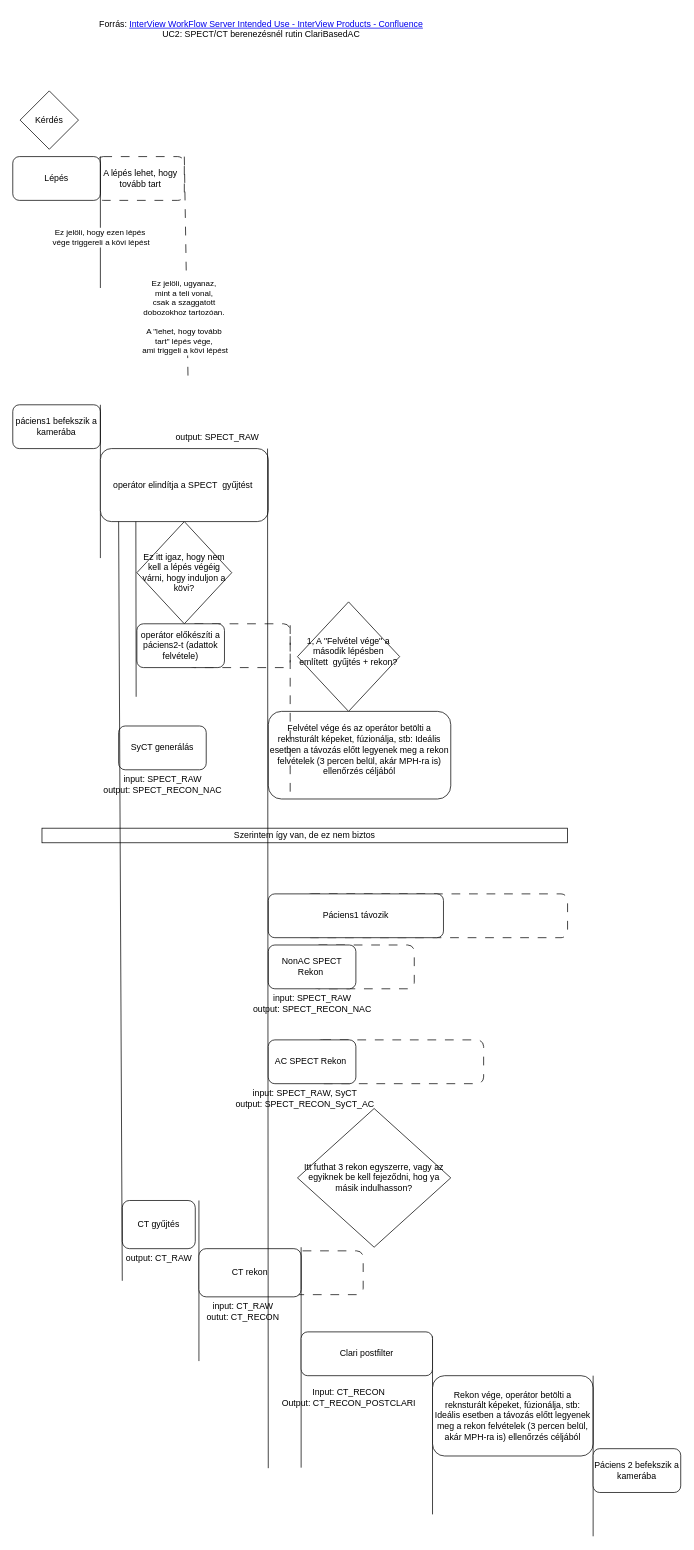
The draw.io diagram IV_Flow_diagram_UC3_SPECT_CT berenezésnél SyCT is készül.drawio in szvatai1985/drawio_files, before the edit. Source tidied: cells renumbered, new cells numbered last; positions are measured from the earlier drawing's top-left corner, leaving out a move shared by most shapes. Both pictures are drawn from the tidied source at 73%, with x=0, y=0 at pixel (12, 12).
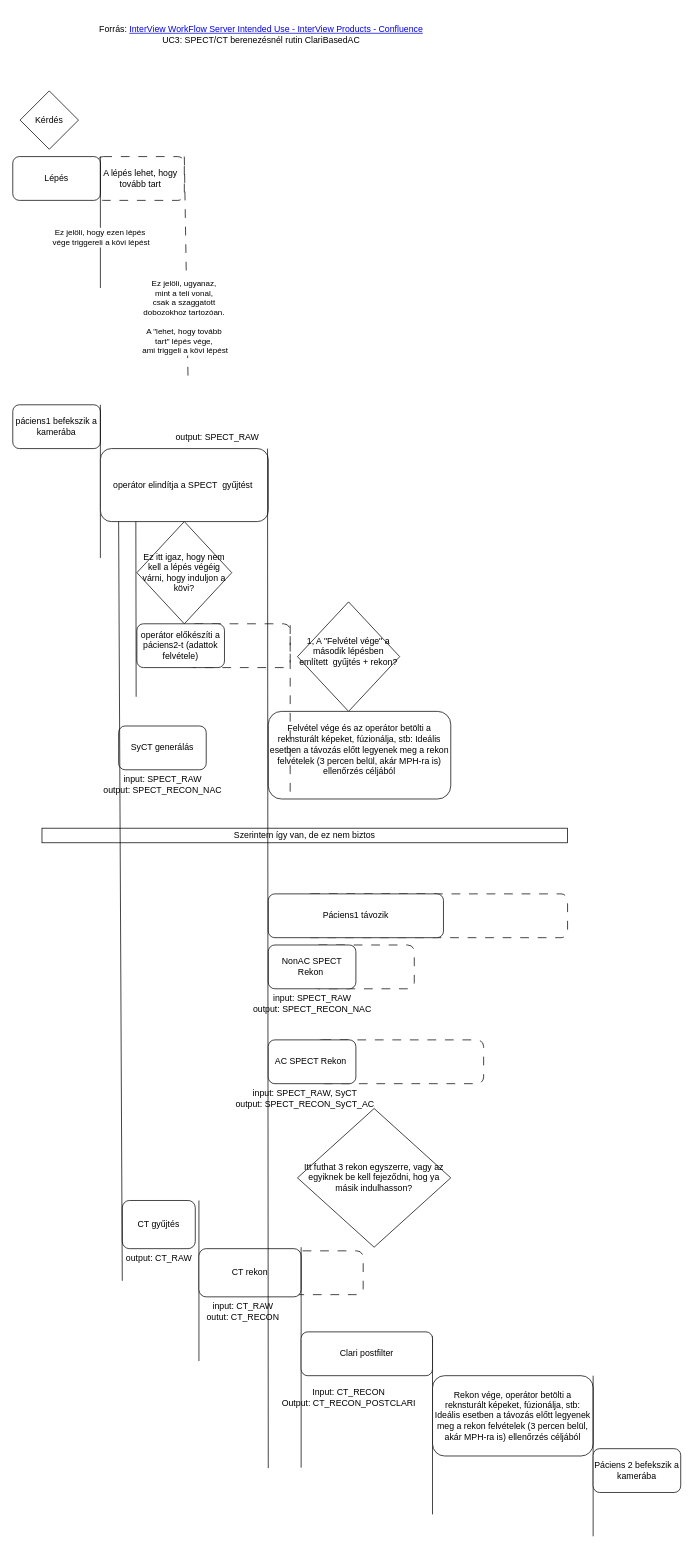
The same page after the edit.

Diff of the diagram source:
```diff
@@
-    <mxCell id="3" value="Forrás:&amp;nbsp;&lt;a href=&quot;https://confluence.mediso.com/pages/viewpage.action?pageId=334987753&quot;&gt;InterView WorkFlow Server Intended Use - InterView Products - Confluence&lt;/a&gt;&lt;div&gt;&lt;div&gt;UC2: SPECT/CT berenezésnél rutin ClariBasedAC&lt;/div&gt;&lt;div&gt;&lt;br&gt;&lt;/div&gt;&lt;/div&gt;" style="text;html=1;align=center;verticalAlign=middle;strokeColor=none;fillColor=none;" parent="1" vertex="1">
-      <mxGeometry x="105" width="470" height="60" as="geometry" />
+    <mxCell id="3" value="Forrás:&amp;nbsp;&lt;a href=&quot;https://confluence.mediso.com/pages/viewpage.action?pageId=334987753&quot;&gt;InterView WorkFlow Server Intended Use - InterView Products - Confluence&lt;/a&gt;&lt;div&gt;&lt;div&gt;UC3: SPECT/CT berenezésnél rutin ClariBasedAC&lt;/div&gt;&lt;/div&gt;" style="text;html=1;align=center;verticalAlign=middle;strokeColor=none;fillColor=none;" parent="1" vertex="1">
+      <mxGeometry x="105" y="10" width="470" height="40" as="geometry" />
     </mxCell>
```
